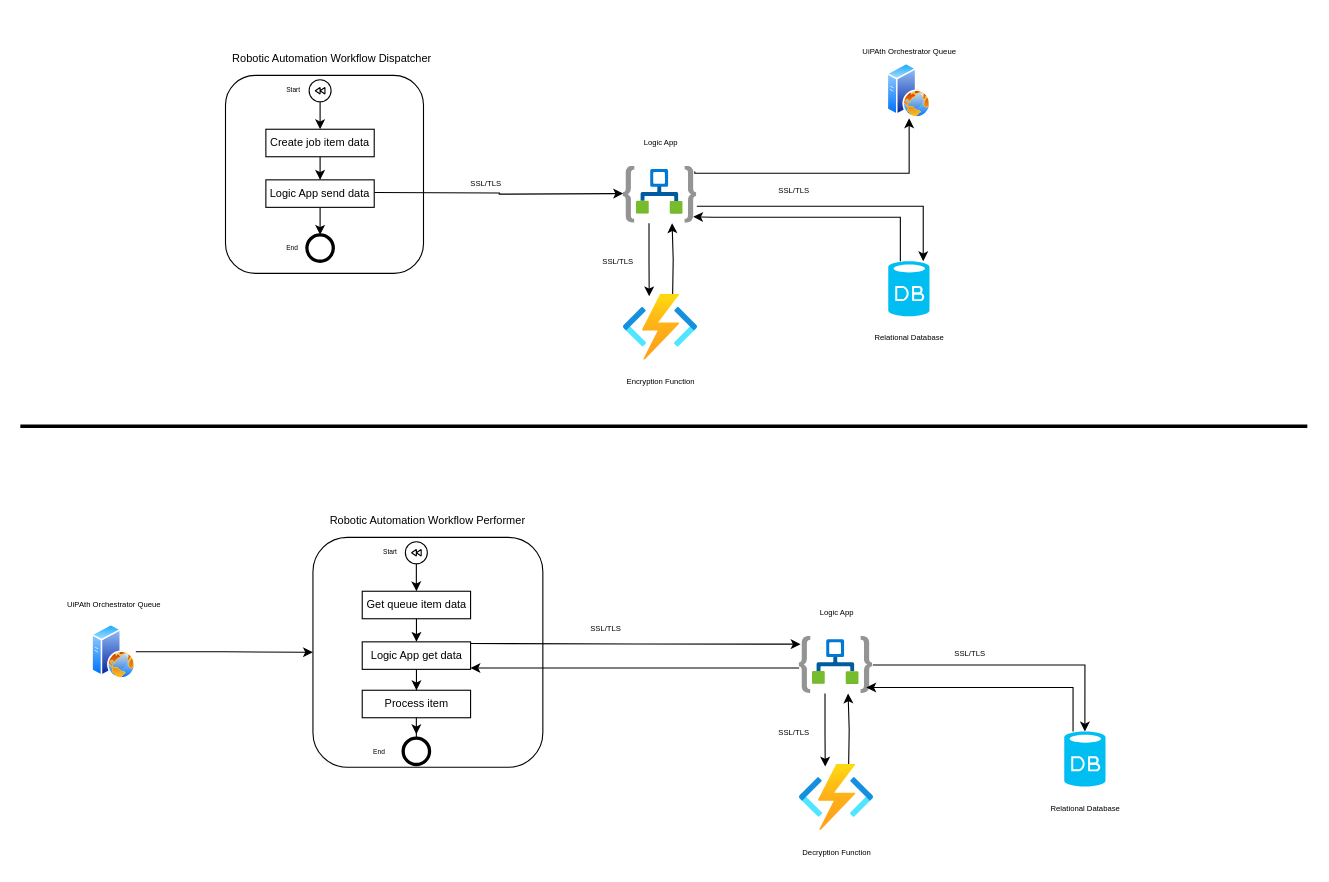
The draw.io diagram Untitled Diagram.drawio in talexandru1987/DevOps-Course-Starter, before the edit. Source tidied: cells renumbered, new cells numbered last; positions are measured from the earlier drawing's top-left corner, leaving out a move shared by most shapes. Both pictures are drawn from the tidied source at 110%, with x=0, y=0 at pixel (20, 41).
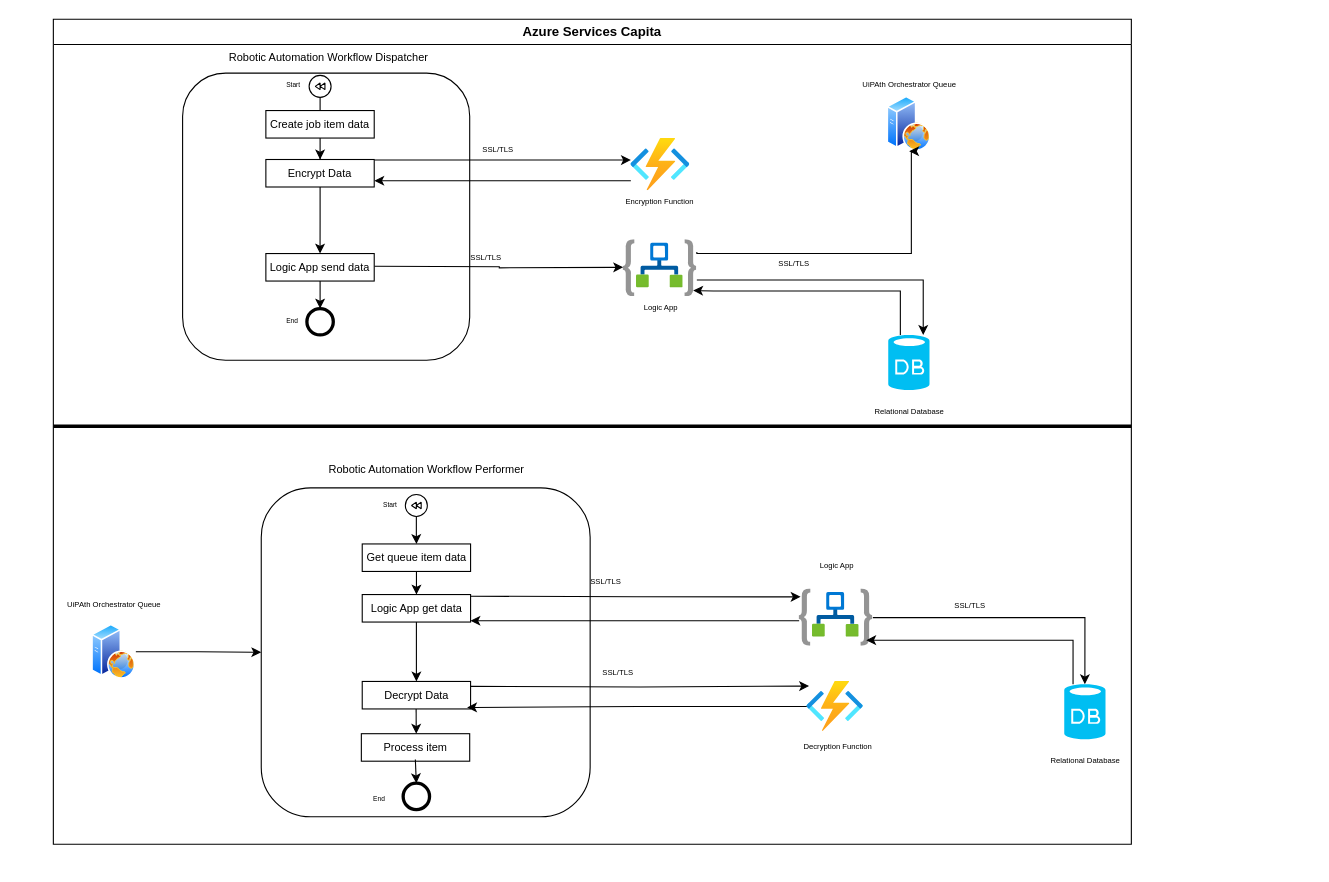
After the change.

Change to the diagram source:
```diff
@@
     <mxCell id="2" style="whiteSpace=wrap;html=1;rounded=1;" parent="1" vertex="1">
-      <mxGeometry x="186.5" y="31" width="180" height="180" as="geometry" />
+      <mxGeometry x="147.5" y="29" width="261" height="261" as="geometry" />
     </mxCell>
     <mxCell id="3" value="Robotic Automation Workflow Dispatcher" style="text;html=1;align=center;verticalAlign=middle;strokeColor=none;fillColor=none;fontSize=10;" parent="1" vertex="1">
-      <mxGeometry x="182.5" width="200" height="30" as="geometry" />
+      <mxGeometry x="179.5" y="-1" width="200" height="30" as="geometry" />
     </mxCell>
@@
     <mxCell id="5" style="points=[[0.145,0.145,0],[0.5,0,0],[0.855,0.145,0],[1,0.5,0],[0.855,0.855,0],[0.5,1,0],[0.145,0.855,0],[0,0.5,0]];shape=mxgraph.bpmn.event;html=1;verticalLabelPosition=bottom;labelBackgroundColor=#ffffff;verticalAlign=top;align=center;perimeter=ellipsePerimeter;outlineConnect=0;outline=eventInt;symbol=compensation;" parent="1" vertex="1">
-      <mxGeometry x="262.5" y="35" width="20" height="20" as="geometry" />
+      <mxGeometry x="262.5" y="31" width="20" height="20" as="geometry" />
     </mxCell>
-    <mxCell id="6" style="edgeStyle=orthogonalEdgeStyle;rounded=0;jettySize=auto;html=1;" parent="1" edge="1" source="7" target="18">
+    <mxCell id="6" style="edgeStyle=orthogonalEdgeStyle;rounded=0;jettySize=auto;html=1;" parent="1" edge="1" source="7" target="65">
       <mxGeometry relative="1" as="geometry" />
     </mxCell>
     <mxCell id="7" value="Create job item data" style="whiteSpace=wrap;html=1;verticalAlign=top;labelBackgroundColor=#ffffff;fontSize=10;" parent="1" vertex="1">
-      <mxGeometry x="223.2" y="80" width="98.5" height="25" as="geometry" />
+      <mxGeometry x="223.2" y="63" width="98.5" height="25" as="geometry" />
     </mxCell>
     <mxCell id="8" style="image;perimeter=ellipsePerimeter;html=1;align=center;shadow=0;dashed=0;spacingTop=3;image=img/lib/active_directory/web_server.svg;" parent="1" vertex="1">
-      <mxGeometry x="788" y="20" width="40" height="50" as="geometry" />
+      <mxGeometry x="788" y="50" width="40" height="50" as="geometry" />
     </mxCell>
-    <mxCell id="9" style="edgeStyle=orthogonalEdgeStyle;rounded=0;orthogonalLoop=1;jettySize=auto;html=1;" parent="1" edge="1">
-      <mxGeometry relative="1" as="geometry">
-        <mxPoint x="593" y="230" as="sourcePoint" />
-        <mxPoint x="592.5" y="165.5" as="targetPoint" />
-      </mxGeometry>
-    </mxCell>
+    <mxCell id="62" style="edgeStyle=orthogonalEdgeStyle;rounded=0;orthogonalLoop=1;jettySize=auto;html=1;entryX=1;entryY=0.25;entryDx=0;entryDy=0;" parent="1" edge="1">
+      <mxGeometry relative="1" as="geometry">
+        <mxPoint x="555" y="126.8" as="sourcePoint" />
+        <mxPoint x="321.8" y="126.8" as="targetPoint" />
+        <Array as="points">
+          <mxPoint x="438" y="127" />
+        </Array>
+      </mxGeometry>
+    </mxCell>
     <mxCell id="10" style="image;html=1;align=center;fontSize=12;image=img/lib/azure2/compute/Function_Apps.svg;" parent="1" vertex="1">
-      <mxGeometry x="548" y="230" width="68" height="60" as="geometry" />
+      <mxGeometry x="555" y="88.5" width="53.8" height="47.5" as="geometry" />
     </mxCell>
     <mxCell id="11" value="Logic App" style="text;html=1;align=center;verticalAlign=middle;strokeColor=none;fillColor=none;fontSize=7;" parent="1" vertex="1">
-      <mxGeometry x="556.5" y="82.5" width="50" height="20" as="geometry" />
+      <mxGeometry x="556.5" y="232.5" width="50" height="20" as="geometry" />
     </mxCell>
     <mxCell id="12" value="Start" style="text;html=1;align=center;verticalAlign=middle;strokeColor=none;fillColor=none;fontSize=6;" parent="1" vertex="1">
-      <mxGeometry x="228" y="35" width="40" height="20" as="geometry" />
+      <mxGeometry x="228" y="30" width="40" height="20" as="geometry" />
     </mxCell>
     <mxCell id="13" style="edgeStyle=orthogonalEdgeStyle;rounded=0;jettySize=auto;html=1;exitX=0.972;exitY=0.481;exitDx=0;exitDy=0;exitPerimeter=0;entryX=0.5;entryY=1;entryDx=0;entryDy=0;" parent="1" edge="1" target="8">
       <mxGeometry relative="1" as="geometry">
-        <mxPoint x="613.1" y="118.5" as="sourcePoint" />
+        <mxPoint x="615" y="191.5" as="sourcePoint" />
         <Array as="points">
-          <mxPoint x="613" y="120" />
-          <mxPoint x="808" y="120" />
+          <mxPoint x="615" y="193" />
+          <mxPoint x="810" y="193" />
+          <mxPoint x="810" y="100" />
         </Array>
       </mxGeometry>
     </mxCell>
     <mxCell id="14" style="edgeStyle=orthogonalEdgeStyle;rounded=0;jettySize=auto;html=1;entryX=0.5;entryY=0;entryDx=0;entryDy=0;entryPerimeter=0;" parent="1" edge="1" source="15">
       <mxGeometry relative="1" as="geometry">
-        <mxPoint x="820.8" y="200" as="targetPoint" />
+        <mxPoint x="820.8" y="267" as="targetPoint" />
         <Array as="points">
-          <mxPoint x="821" y="150" />
+          <mxPoint x="821" y="217" />
         </Array>
       </mxGeometry>
     </mxCell>
     <mxCell id="15" style="image;html=1;points=[];align=center;fontSize=12;image=img/lib/azure2/integration/Logic_Apps.svg;" parent="1" vertex="1">
-      <mxGeometry x="548" y="113.5" width="67" height="52" as="geometry" />
+      <mxGeometry x="548" y="180.5" width="67" height="52" as="geometry" />
     </mxCell>
     <mxCell id="16" style="edgeStyle=orthogonalEdgeStyle;rounded=0;orthogonalLoop=1;jettySize=auto;html=1;" parent="1" edge="1">
       <mxGeometry relative="1" as="geometry">
-        <mxPoint x="321.8" y="137.5" as="sourcePoint" />
-        <mxPoint x="548" y="138.5" as="targetPoint" />
+        <mxPoint x="321.8" y="204.5" as="sourcePoint" />
+        <mxPoint x="548" y="205.5" as="targetPoint" />
       </mxGeometry>
     </mxCell>
@@
     <mxCell id="18" value="Logic App send data" style="whiteSpace=wrap;html=1;verticalAlign=top;labelBackgroundColor=#ffffff;fontSize=10;" parent="1" vertex="1">
-      <mxGeometry x="223.2" y="126" width="98.5" height="25" as="geometry" />
+      <mxGeometry x="223.2" y="193" width="98.5" height="25" as="geometry" />
     </mxCell>
     <mxCell id="19" value="SSL/TLS" style="text;html=1;align=center;verticalAlign=middle;strokeColor=none;fillColor=none;fontSize=7;" parent="1" vertex="1">
-      <mxGeometry x="398" y="119.5" width="50" height="20" as="geometry" />
+      <mxGeometry x="398" y="186.5" width="50" height="20" as="geometry" />
     </mxCell>
-    <mxCell id="20" style="edgeStyle=orthogonalEdgeStyle;rounded=0;orthogonalLoop=1;jettySize=auto;html=1;entryX=0.495;entryY=0.031;entryDx=0;entryDy=0;entryPerimeter=0;" parent="1" edge="1">
-      <mxGeometry relative="1" as="geometry">
-        <mxPoint x="571.5" y="165.5" as="sourcePoint" />
-        <mxPoint x="571.7" y="231.9" as="targetPoint" />
-        <Array as="points">
-          <mxPoint x="572" y="200" />
-          <mxPoint x="572" y="200" />
-        </Array>
-      </mxGeometry>
-    </mxCell>
     <mxCell id="21" value="Encryption Function" style="text;html=1;align=center;verticalAlign=middle;strokeColor=none;fillColor=none;fontSize=7;" parent="1" vertex="1">
-      <mxGeometry x="536.5" y="300" width="90" height="20" as="geometry" />
+      <mxGeometry x="536" y="136" width="90" height="20" as="geometry" />
     </mxCell>
     <mxCell id="22" value="UiPAth Orchestrator Queue" style="text;html=1;align=center;verticalAlign=middle;strokeColor=none;fillColor=none;fontSize=7;" parent="1" vertex="1">
-      <mxGeometry x="753" width="110" height="20" as="geometry" />
+      <mxGeometry x="753" y="30" width="110" height="20" as="geometry" />
     </mxCell>
     <mxCell id="23" style="edgeStyle=orthogonalEdgeStyle;rounded=0;jettySize=auto;html=1;entryX=0.95;entryY=0.887;entryDx=0;entryDy=0;entryPerimeter=0;" parent="1" edge="1" source="24" target="15">
       <mxGeometry relative="1" as="geometry">
         <Array as="points">
-          <mxPoint x="800" y="160" />
-          <mxPoint x="630" y="160" />
+          <mxPoint x="800" y="227" />
+          <mxPoint x="630" y="227" />
         </Array>
       </mxGeometry>
     </mxCell>
     <mxCell id="24" style="verticalLabelPosition=bottom;html=1;verticalAlign=top;align=center;strokeColor=none;fillColor=#00BEF2;shape=mxgraph.azure.database;" parent="1" vertex="1">
-      <mxGeometry x="789" y="200" width="37.5" height="50" as="geometry" />
+      <mxGeometry x="789" y="267" width="37.5" height="50" as="geometry" />
     </mxCell>
     <mxCell id="25" value="Relational Database" style="text;html=1;align=center;verticalAlign=middle;strokeColor=none;fillColor=none;fontSize=7;" parent="1" vertex="1">
-      <mxGeometry x="762.8" y="260" width="90" height="20" as="geometry" />
+      <mxGeometry x="762.8" y="327" width="90" height="20" as="geometry" />
     </mxCell>
     <mxCell id="26" style="points=[[0.145,0.145,0],[0.5,0,0],[0.855,0.145,0],[1,0.5,0],[0.855,0.855,0],[0.5,1,0],[0.145,0.855,0],[0,0.5,0]];shape=mxgraph.bpmn.event;html=1;verticalLabelPosition=bottom;labelBackgroundColor=#ffffff;verticalAlign=top;align=center;perimeter=ellipsePerimeter;outlineConnect=0;outline=end;symbol=terminate2;" parent="1" vertex="1">
-      <mxGeometry x="260.5" y="176" width="24" height="24" as="geometry" />
+      <mxGeometry x="260.5" y="243" width="24" height="24" as="geometry" />
     </mxCell>
     <mxCell id="27" value="End" style="text;html=1;align=center;verticalAlign=middle;strokeColor=none;fillColor=none;fontSize=6;" parent="1" vertex="1">
-      <mxGeometry x="232" y="178" width="30" height="20" as="geometry" />
+      <mxGeometry x="232" y="245" width="30" height="20" as="geometry" />
     </mxCell>
     <mxCell id="28" value="SSL/TLS" style="text;html=1;align=center;verticalAlign=middle;strokeColor=none;fillColor=none;fontSize=7;" parent="1" vertex="1">
-      <mxGeometry x="678" y="126" width="50" height="20" as="geometry" />
+      <mxGeometry x="678" y="193" width="50" height="20" as="geometry" />
     </mxCell>
-    <mxCell id="29" value="SSL/TLS" style="text;html=1;align=center;verticalAlign=middle;strokeColor=none;fillColor=none;fontSize=7;" parent="1" vertex="1">
-      <mxGeometry x="518" y="191" width="50" height="20" as="geometry" />
-    </mxCell>
     <mxCell id="30" style="endArrow=none;startArrow=none;endFill=0;startFill=0;endSize=8;html=1;verticalAlign=bottom;labelBackgroundColor=none;strokeWidth=3;rounded=0;" parent="1" edge="1">
       <mxGeometry relative="1" as="geometry">
-        <mxPoint y="350" as="sourcePoint" />
-        <mxPoint x="1170" y="350" as="targetPoint" />
+        <mxPoint x="30" y="350" as="sourcePoint" />
+        <mxPoint x="1010" y="350" as="targetPoint" />
       </mxGeometry>
     </mxCell>
     <mxCell id="31" style="whiteSpace=wrap;html=1;rounded=1;" parent="1" vertex="1">
-      <mxGeometry x="266" y="451" width="209" height="209" as="geometry" />
+      <mxGeometry x="219" y="406" width="299" height="299" as="geometry" />
     </mxCell>
     <mxCell id="32" value="Robotic Automation Workflow Performer" style="text;html=1;align=center;verticalAlign=middle;strokeColor=none;fillColor=none;fontSize=10;" parent="1" vertex="1">
-      <mxGeometry x="270" y="420" width="200" height="30" as="geometry" />
+      <mxGeometry x="268.5" y="374" width="200" height="30" as="geometry" />
     </mxCell>
@@
     <mxCell id="34" style="points=[[0.145,0.145,0],[0.5,0,0],[0.855,0.145,0],[1,0.5,0],[0.855,0.855,0],[0.5,1,0],[0.145,0.855,0],[0,0.5,0]];shape=mxgraph.bpmn.event;html=1;verticalLabelPosition=bottom;labelBackgroundColor=#ffffff;verticalAlign=top;align=center;perimeter=ellipsePerimeter;outlineConnect=0;outline=eventInt;symbol=compensation;" parent="1" vertex="1">
-      <mxGeometry x="350" y="455" width="20" height="20" as="geometry" />
+      <mxGeometry x="350" y="412" width="20" height="20" as="geometry" />
     </mxCell>
@@
     <mxCell id="36" value="Get queue item data" style="whiteSpace=wrap;html=1;verticalAlign=top;labelBackgroundColor=#ffffff;fontSize=10;" parent="1" vertex="1">
-      <mxGeometry x="310.8" y="500" width="98.5" height="25" as="geometry" />
+      <mxGeometry x="310.8" y="457" width="98.5" height="25" as="geometry" />
     </mxCell>
     <mxCell id="37" value="Start" style="text;html=1;align=center;verticalAlign=middle;strokeColor=none;fillColor=none;fontSize=6;" parent="1" vertex="1">
-      <mxGeometry x="315.5" y="455" width="40" height="20" as="geometry" />
+      <mxGeometry x="315.5" y="412" width="40" height="20" as="geometry" />
     </mxCell>
@@
     <mxCell id="39" value="Logic App get data" style="whiteSpace=wrap;html=1;verticalAlign=top;labelBackgroundColor=#ffffff;fontSize=10;" parent="1" vertex="1">
-      <mxGeometry x="310.8" y="546" width="98.5" height="25" as="geometry" />
+      <mxGeometry x="310.8" y="503" width="98.5" height="25" as="geometry" />
     </mxCell>
-    <mxCell id="40" style="edgeStyle=orthogonalEdgeStyle;rounded=0;jettySize=auto;html=1;" parent="1" edge="1" source="41">
-      <mxGeometry relative="1" as="geometry">
-        <mxPoint x="360" y="630" as="targetPoint" />
-      </mxGeometry>
-    </mxCell>
     <mxCell id="41" style="points=[[0.145,0.145,0],[0.5,0,0],[0.855,0.145,0],[1,0.5,0],[0.855,0.855,0],[0.5,1,0],[0.145,0.855,0],[0,0.5,0]];shape=mxgraph.bpmn.event;html=1;verticalLabelPosition=bottom;labelBackgroundColor=#ffffff;verticalAlign=top;align=center;perimeter=ellipsePerimeter;outlineConnect=0;outline=end;symbol=terminate2;" parent="1" vertex="1">
-      <mxGeometry x="348" y="633.5" width="24" height="24" as="geometry" />
+      <mxGeometry x="348" y="674.5" width="24" height="24" as="geometry" />
     </mxCell>
     <mxCell id="42" value="End" style="text;html=1;align=center;verticalAlign=middle;strokeColor=none;fillColor=none;fontSize=6;" parent="1" vertex="1">
-      <mxGeometry x="310.8" y="635.5" width="30" height="20" as="geometry" />
+      <mxGeometry x="310.8" y="678.5" width="30" height="20" as="geometry" />
     </mxCell>
@@
-    <mxCell id="46" style="edgeStyle=orthogonalEdgeStyle;rounded=0;orthogonalLoop=1;jettySize=auto;html=1;" parent="1" edge="1">
-      <mxGeometry relative="1" as="geometry">
-        <mxPoint x="753" y="657.5" as="sourcePoint" />
-        <mxPoint x="752.5" y="593" as="targetPoint" />
-      </mxGeometry>
-    </mxCell>
     <mxCell id="47" style="image;html=1;points=[];align=center;fontSize=12;image=img/lib/azure2/compute/Function_Apps.svg;" parent="1" vertex="1">
-      <mxGeometry x="708" y="657.5" width="68" height="60" as="geometry" />
+      <mxGeometry x="714.9" y="582" width="51.6" height="45.5" as="geometry" />
     </mxCell>
     <mxCell id="48" value="Logic App" style="text;html=1;align=center;verticalAlign=middle;strokeColor=none;fillColor=none;fontSize=7;" parent="1" vertex="1">
-      <mxGeometry x="716.5" y="510" width="50" height="20" as="geometry" />
+      <mxGeometry x="716.5" y="467" width="50" height="20" as="geometry" />
     </mxCell>
@@
     <mxCell id="50" style="edgeStyle=orthogonalEdgeStyle;rounded=0;orthogonalLoop=1;jettySize=auto;html=1;entryX=1;entryY=0.75;entryDx=0;entryDy=0;" parent="1" edge="1">
       <mxGeometry relative="1" as="geometry">
-        <mxPoint x="708" y="569.8" as="sourcePoint" />
-        <mxPoint x="409.2" y="569.8" as="targetPoint" />
+        <mxPoint x="708" y="526.8" as="sourcePoint" />
+        <mxPoint x="409.2" y="526.8" as="targetPoint" />
         <Array as="points">
-          <mxPoint x="559" y="570" />
+          <mxPoint x="559" y="527" />
         </Array>
       </mxGeometry>
     </mxCell>
     <mxCell id="51" style="image;html=1;points=[];align=center;fontSize=12;image=img/lib/azure2/integration/Logic_Apps.svg;" parent="1" vertex="1">
-      <mxGeometry x="708" y="541" width="67" height="52" as="geometry" />
+      <mxGeometry x="708" y="498" width="67" height="52" as="geometry" />
     </mxCell>
-    <mxCell id="52" style="edgeStyle=orthogonalEdgeStyle;rounded=0;orthogonalLoop=1;jettySize=auto;html=1;entryX=0.495;entryY=0.031;entryDx=0;entryDy=0;entryPerimeter=0;" parent="1" edge="1">
-      <mxGeometry relative="1" as="geometry">
-        <mxPoint x="731.5" y="593" as="sourcePoint" />
-        <mxPoint x="731.7" y="659.4" as="targetPoint" />
-        <Array as="points">
-          <mxPoint x="732" y="627.5" />
-          <mxPoint x="732" y="627.5" />
-        </Array>
-      </mxGeometry>
-    </mxCell>
     <mxCell id="53" value="Decryption Function" style="text;html=1;align=center;verticalAlign=middle;strokeColor=none;fillColor=none;fontSize=7;" parent="1" vertex="1">
-      <mxGeometry x="696.5" y="727.5" width="90" height="20" as="geometry" />
+      <mxGeometry x="698" y="632" width="90" height="20" as="geometry" />
     </mxCell>
     <mxCell id="54" style="verticalLabelPosition=bottom;html=1;verticalAlign=top;align=center;strokeColor=none;fillColor=#00BEF2;shape=mxgraph.azure.database;" parent="1" vertex="1">
-      <mxGeometry x="949" y="627.5" width="37.5" height="50" as="geometry" />
+      <mxGeometry x="949" y="584.5" width="37.5" height="50" as="geometry" />
     </mxCell>
     <mxCell id="55" value="Relational Database" style="text;html=1;align=center;verticalAlign=middle;strokeColor=none;fillColor=none;fontSize=7;" parent="1" vertex="1">
-      <mxGeometry x="922.8" y="687.5" width="90" height="20" as="geometry" />
+      <mxGeometry x="922.8" y="644.5" width="90" height="20" as="geometry" />
     </mxCell>
     <mxCell id="56" value="SSL/TLS" style="text;html=1;align=center;verticalAlign=middle;strokeColor=none;fillColor=none;fontSize=7;" parent="1" vertex="1">
-      <mxGeometry x="838" y="547" width="50" height="20" as="geometry" />
+      <mxGeometry x="838" y="504" width="50" height="20" as="geometry" />
     </mxCell>
     <mxCell id="57" value="SSL/TLS" style="text;html=1;align=center;verticalAlign=middle;strokeColor=none;fillColor=none;fontSize=7;" parent="1" vertex="1">
-      <mxGeometry x="678" y="618.5" width="50" height="20" as="geometry" />
+      <mxGeometry x="518" y="564.5" width="50" height="20" as="geometry" />
     </mxCell>
     <mxCell id="58" style="edgeStyle=orthogonalEdgeStyle;rounded=0;orthogonalLoop=1;jettySize=auto;html=1;entryX=0.02;entryY=0.349;entryDx=0;entryDy=0;entryPerimeter=0;" parent="1" edge="1">
       <mxGeometry relative="1" as="geometry">
-        <mxPoint x="409.2" y="547.5" as="sourcePoint" />
-        <mxPoint x="709.3" y="548.1" as="targetPoint" />
+        <mxPoint x="409.2" y="504.5" as="sourcePoint" />
+        <mxPoint x="709.3" y="505.1" as="targetPoint" />
       </mxGeometry>
     </mxCell>
     <mxCell id="59" style="edgeStyle=orthogonalEdgeStyle;rounded=0;orthogonalLoop=1;jettySize=auto;html=1;entryX=0.95;entryY=0.887;entryDx=0;entryDy=0;entryPerimeter=0;" parent="1" edge="1">
       <mxGeometry relative="1" as="geometry">
-        <mxPoint x="957" y="627.5" as="sourcePoint" />
-        <mxPoint x="769" y="587.5" as="targetPoint" />
+        <mxPoint x="957" y="584.5" as="sourcePoint" />
+        <mxPoint x="769" y="544.5" as="targetPoint" />
         <Array as="points">
-          <mxPoint x="957" y="587.5" />
-          <mxPoint x="787" y="587.5" />
+          <mxPoint x="957" y="544.5" />
+          <mxPoint x="787" y="544.5" />
         </Array>
       </mxGeometry>
     </mxCell>
-    <mxCell id="60" value="Process item" style="whiteSpace=wrap;html=1;verticalAlign=top;labelBackgroundColor=#ffffff;fontSize=10;" parent="1" vertex="1">
-      <mxGeometry x="310.8" y="590" width="98.5" height="25" as="geometry" />
+    <mxCell id="60" value="Decrypt Data" style="whiteSpace=wrap;html=1;verticalAlign=top;labelBackgroundColor=#ffffff;fontSize=10;" parent="1" vertex="1">
+      <mxGeometry x="310.8" y="582" width="98.5" height="25" as="geometry" />
     </mxCell>
     <mxCell id="61" value="SSL/TLS" style="text;html=1;align=center;verticalAlign=middle;strokeColor=none;fillColor=none;fontSize=7;" parent="1" vertex="1">
-      <mxGeometry x="506.5" y="525" width="50" height="20" as="geometry" />
+      <mxGeometry x="506.5" y="482" width="50" height="20" as="geometry" />
     </mxCell>
+    <mxCell id="63" style="edgeStyle=orthogonalEdgeStyle;rounded=0;jettySize=auto;html=1;entryX=0.5;entryY=0;entryDx=0;entryDy=0;" parent="1" edge="1" source="65" target="18">
+      <mxGeometry relative="1" as="geometry" />
+    </mxCell>
+    <mxCell id="64" style="edgeStyle=orthogonalEdgeStyle;rounded=0;orthogonalLoop=1;jettySize=auto;html=1;" parent="1" edge="1">
+      <mxGeometry relative="1" as="geometry">
+        <mxPoint x="321.8" y="108" as="sourcePoint" />
+        <mxPoint x="555" y="108" as="targetPoint" />
+        <Array as="points">
+          <mxPoint x="380" y="108" />
+          <mxPoint x="380" y="108" />
+        </Array>
+      </mxGeometry>
+    </mxCell>
+    <mxCell id="65" value="Encrypt Data" style="whiteSpace=wrap;html=1;verticalAlign=top;labelBackgroundColor=#ffffff;fontSize=10;" parent="1" vertex="1">
+      <mxGeometry x="223.2" y="107.5" width="98.5" height="25" as="geometry" />
+    </mxCell>
+    <mxCell id="29" value="SSL/TLS" style="text;html=1;align=center;verticalAlign=middle;strokeColor=none;fillColor=none;fontSize=7;" parent="1" vertex="1">
+      <mxGeometry x="408.5" y="88.5" width="50" height="20" as="geometry" />
+    </mxCell>
+    <mxCell id="66" value="Process item" style="whiteSpace=wrap;html=1;verticalAlign=top;labelBackgroundColor=#ffffff;fontSize=10;" parent="1" vertex="1">
+      <mxGeometry x="310" y="629.5" width="98.5" height="25" as="geometry" />
+    </mxCell>
+    <mxCell id="67" style="edgeStyle=orthogonalEdgeStyle;rounded=0;orthogonalLoop=1;jettySize=auto;html=1;exitX=0.488;exitY=1.002;exitDx=0;exitDy=0;exitPerimeter=0;" parent="1" edge="1">
+      <mxGeometry relative="1" as="geometry">
+        <mxPoint x="359.8" y="607.1" as="sourcePoint" />
+        <mxPoint x="359.9" y="629.5" as="targetPoint" />
+      </mxGeometry>
+    </mxCell>
+    <mxCell id="68" style="edgeStyle=orthogonalEdgeStyle;rounded=0;orthogonalLoop=1;jettySize=auto;html=1;exitX=0.498;exitY=0.94;exitDx=0;exitDy=0;exitPerimeter=0;" parent="1" edge="1">
+      <mxGeometry relative="1" as="geometry">
+        <mxPoint x="359.1" y="653" as="sourcePoint" />
+        <mxPoint x="360" y="674.5" as="targetPoint" />
+      </mxGeometry>
+    </mxCell>
+    <mxCell id="69" style="edgeStyle=orthogonalEdgeStyle;rounded=0;orthogonalLoop=1;jettySize=auto;html=1;entryX=0.041;entryY=0.269;entryDx=0;entryDy=0;entryPerimeter=0;" parent="1" edge="1">
+      <mxGeometry relative="1" as="geometry">
+        <mxPoint x="409.3" y="586.5" as="sourcePoint" />
+        <mxPoint x="717" y="586.2" as="targetPoint" />
+      </mxGeometry>
+    </mxCell>
+    <mxCell id="70" style="edgeStyle=orthogonalEdgeStyle;rounded=0;jettySize=auto;html=1;entryX=0.968;entryY=0.947;entryDx=0;entryDy=0;entryPerimeter=0;" parent="1" edge="1" source="47" target="60">
+      <mxGeometry relative="1" as="geometry" />
+    </mxCell>
+    <mxCell id="71" value="Azure Services Capita" style="swimlane;whiteSpace=wrap;html=1;" parent="1" vertex="1">
+      <mxGeometry x="30" y="-20" width="980" height="750" as="geometry" />
+    </mxCell>
```
